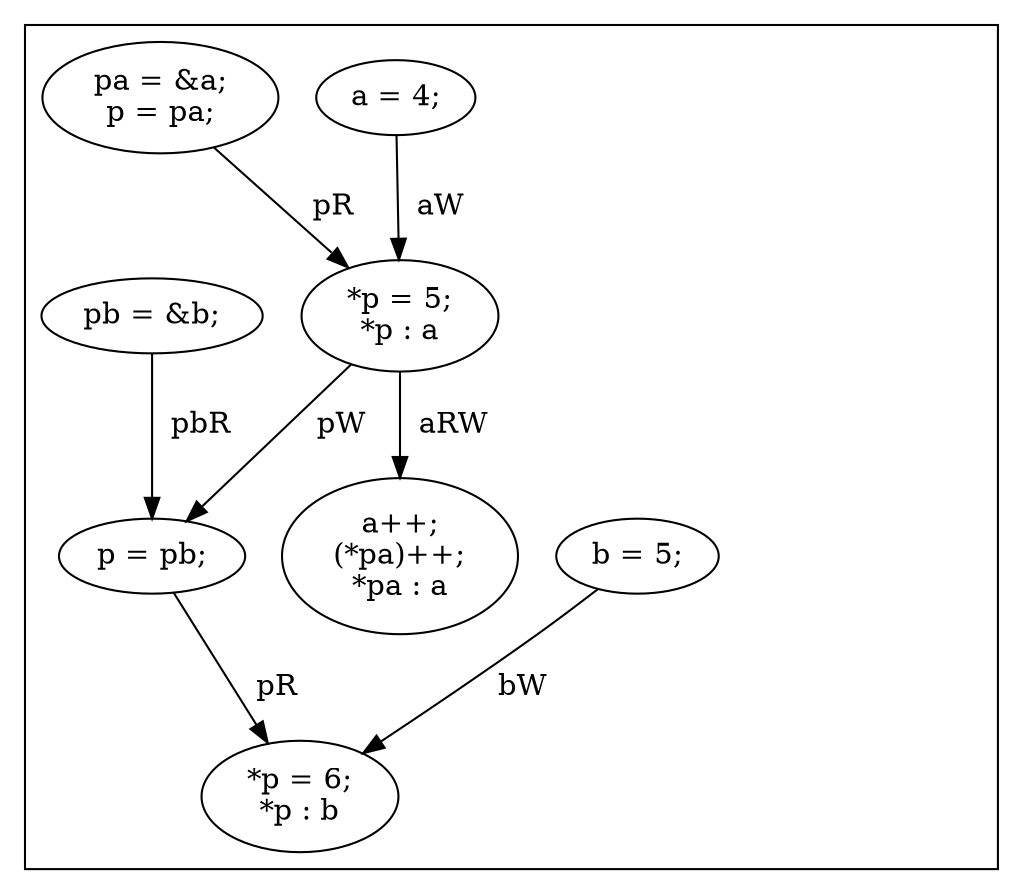
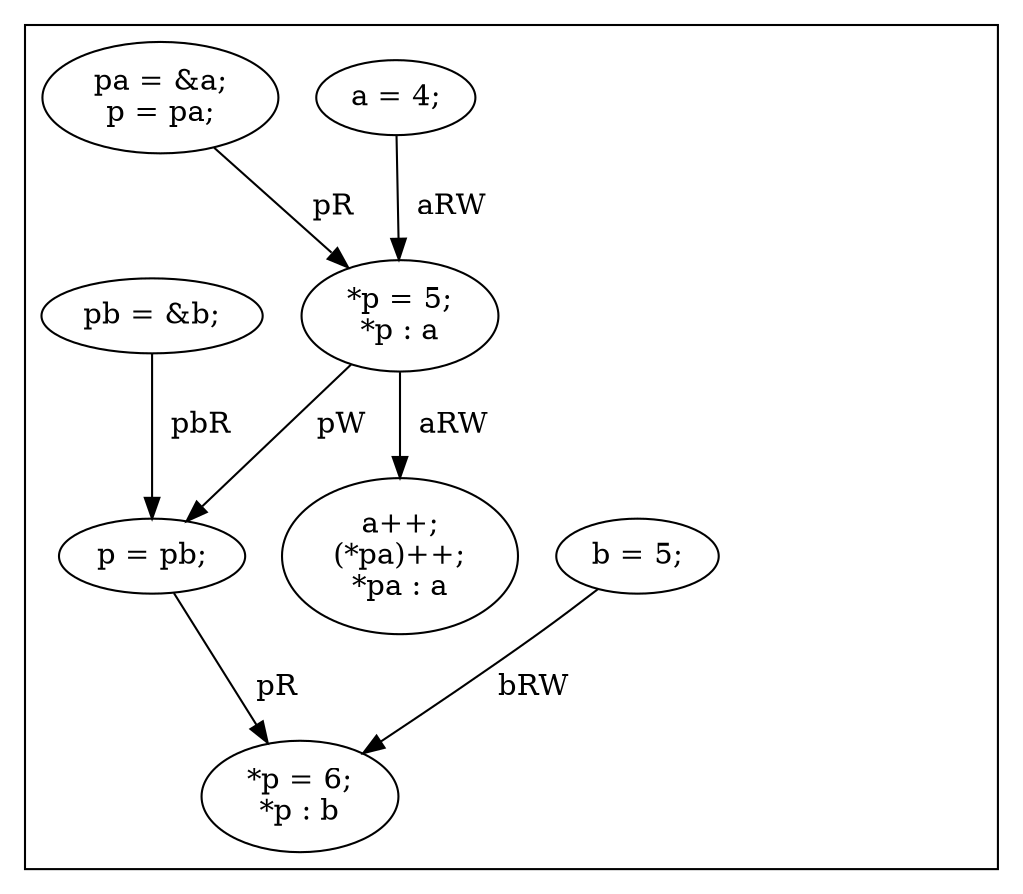
digraph G {
subgraph cluster_f0 {
    invisibleNodeScope_1 [style=invis];
    0 [label="a = 4;"];
    1 [label="b = 5;"];
    2 [label="pa = &a;
p = pa;"];
    3 [label="pb = &b;"];
    5 [label="*p = 5;
*p : a"];
    6 [label="p = pb;"];
    7 [label="*p = 6;
*p : b"];
    8 [label="a++;
(*pa)++;
*pa : a"];
}
-     0 -> 5[label="  aW"];
-     1 -> 7[label="  bW"];
+     0 -> 5[label="  aRW"];
+     1 -> 7[label="  bRW"];
    2 -> 5[label="  pR"];
    3 -> 6[label="  pbR"];
    5 -> 6[label="  pW"];
    5 -> 8[label="  aRW"];
    6 -> 7[label="  pR"];
}
